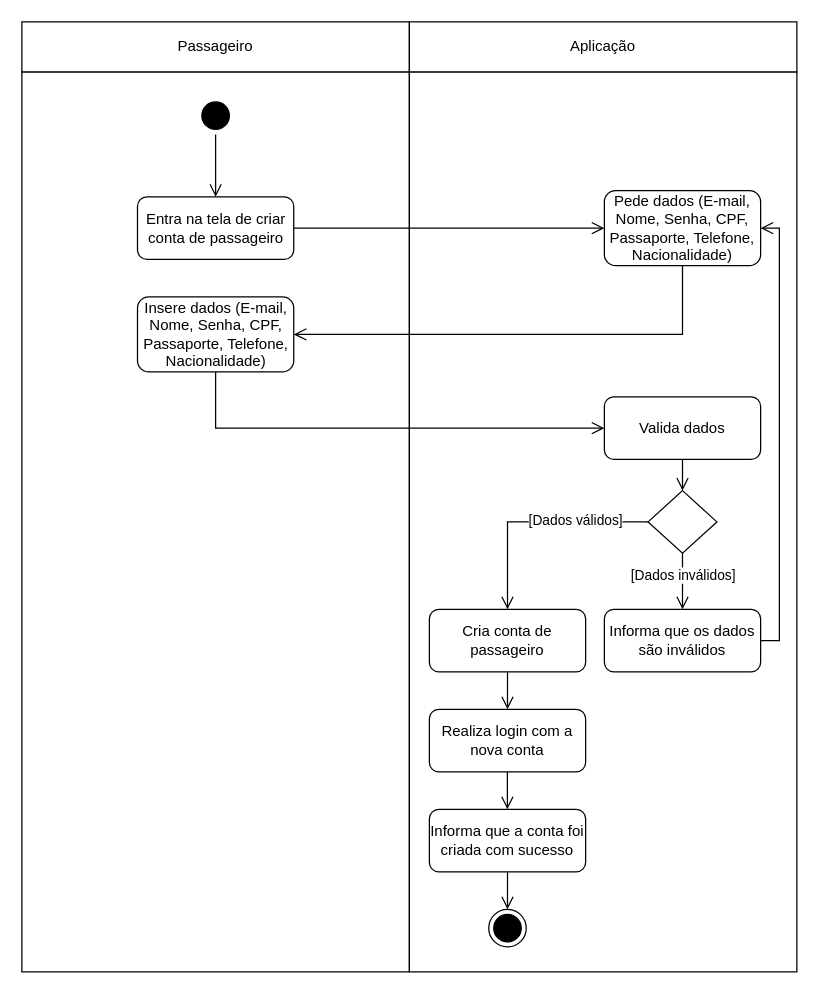
This is Diagramas/Eng_de_Software/Modelos/Atividade/Criar_Conta_de_Passageiro.drawio from GabrielGMori/trabalho-conclus-o-ano, a draw.io file, before an edit. Source tidied: cells renumbered, new cells numbered last; positions are measured from the earlier drawing's top-left corner, leaving out a move shared by most shapes. Both pictures are drawn from the tidied source at 125%, with x=0, y=0 at pixel (21, 21).
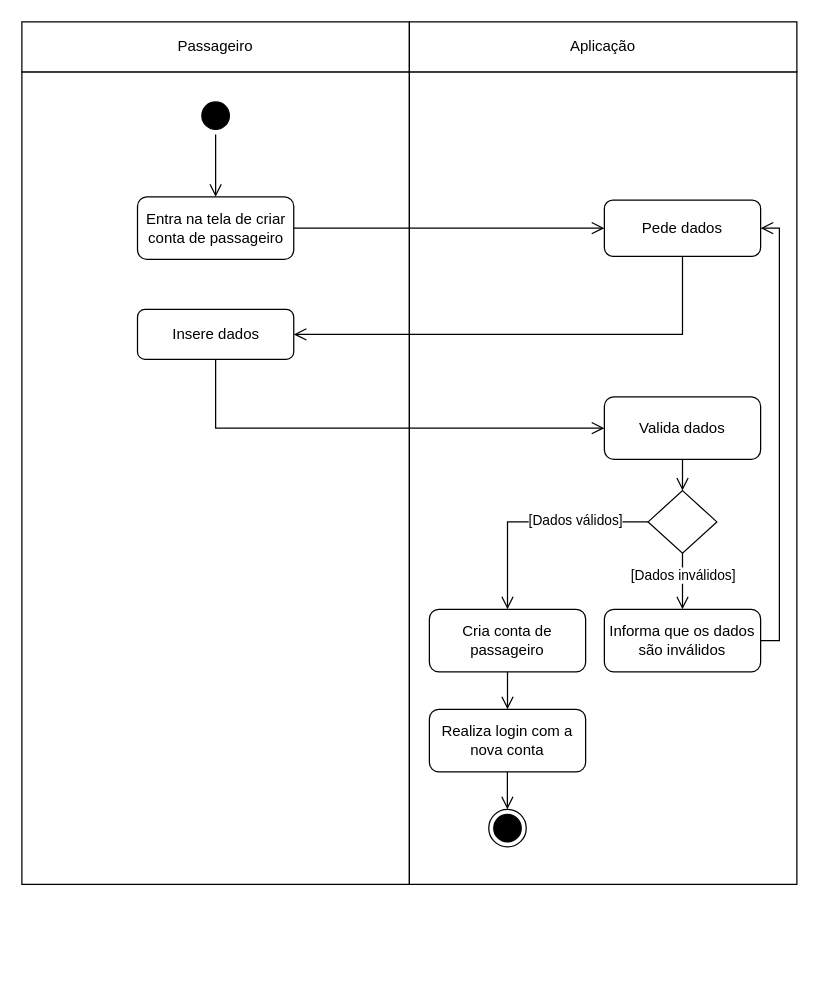
The same diagram, later.

Diff of the diagram source:
```diff
@@
     <mxCell id="2" style="rounded=0;whiteSpace=wrap;html=1;" parent="1" vertex="1">
-      <mxGeometry y="40" width="310" height="720" as="geometry" />
+      <mxGeometry y="40" width="310" height="650" as="geometry" />
     </mxCell>
     <mxCell id="3" style="rounded=0;whiteSpace=wrap;html=1;" parent="1" vertex="1">
-      <mxGeometry x="310" y="40" width="310" height="720" as="geometry" />
+      <mxGeometry x="310" y="40" width="310" height="650" as="geometry" />
     </mxCell>
@@
-    <mxCell id="9" value="Pede dados (E-mail, Nome, Senha, CPF, Passaporte, Telefone, Nacionalidade)" style="rounded=1;whiteSpace=wrap;html=1;" parent="1" vertex="1">
-      <mxGeometry x="466" y="135" width="125" height="60" as="geometry" />
+    <mxCell id="9" value="Pede dados" style="rounded=1;whiteSpace=wrap;html=1;" parent="1" vertex="1">
+      <mxGeometry x="466" y="142.5" width="125" height="45" as="geometry" />
     </mxCell>
@@
-    <mxCell id="11" value="Insere dados (E-mail, Nome, Senha, CPF, Passaporte, Telefone, Nacionalidade)" style="rounded=1;whiteSpace=wrap;html=1;" parent="1" vertex="1">
-      <mxGeometry x="92.5" y="220" width="125" height="60" as="geometry" />
+    <mxCell id="11" value="Insere dados" style="rounded=1;whiteSpace=wrap;html=1;" parent="1" vertex="1">
+      <mxGeometry x="92.5" y="230" width="125" height="40" as="geometry" />
     </mxCell>
@@
-    <mxCell id="22" value="&lt;div&gt;Informa que a conta foi criada com sucesso&lt;br&gt;&lt;/div&gt;" style="rounded=1;whiteSpace=wrap;html=1;" parent="1" vertex="1">
-      <mxGeometry x="326" y="630" width="125" height="50" as="geometry" />
-    </mxCell>
@@
     <mxCell id="26" style="ellipse;html=1;shape=endState;fillColor=#000000;strokeColor=#000000;" parent="1" vertex="1">
-      <mxGeometry x="373.5" y="710" width="30" height="30" as="geometry" />
+      <mxGeometry x="373.5" y="630" width="30" height="30" as="geometry" />
     </mxCell>
-    <mxCell id="27" style="edgeStyle=orthogonalEdgeStyle;html=1;verticalAlign=bottom;endArrow=open;endSize=8;strokeColor=#000000;rounded=0;entryX=0.5;entryY=0;entryDx=0;entryDy=0;exitX=0.5;exitY=1;exitDx=0;exitDy=0;" parent="1" edge="1" source="22" target="26">
-      <mxGeometry relative="1" as="geometry" />
-    </mxCell>
```
